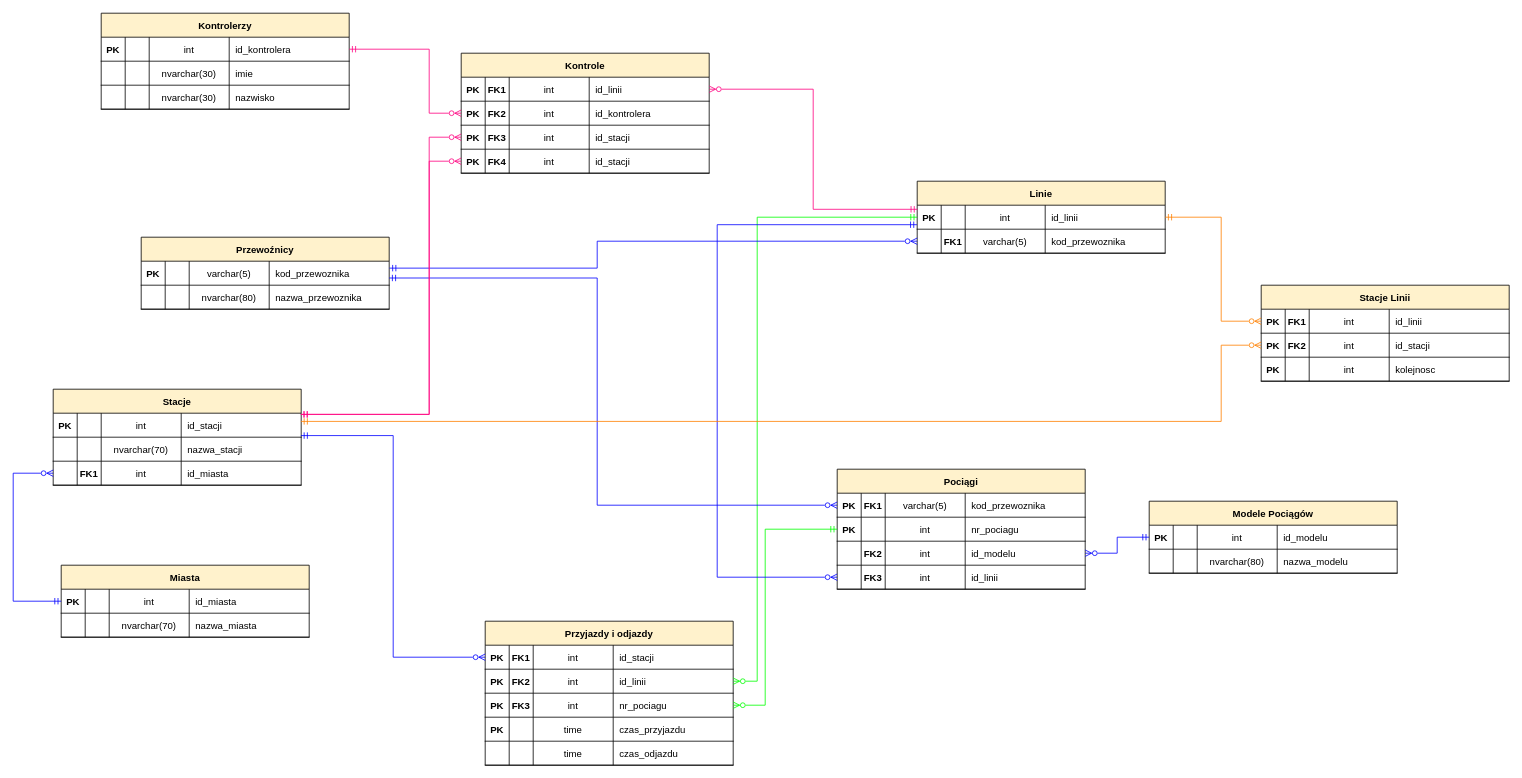
This is diagram.drawio from AbexCorp/TSQL, a draw.io file, before an edit. Source tidied: cells renumbered, new cells numbered last; positions are measured from the earlier drawing's top-left corner, leaving out a move shared by most shapes. Both pictures are drawn from the tidied source at 80%, with x=0, y=0 at pixel (13, -7).
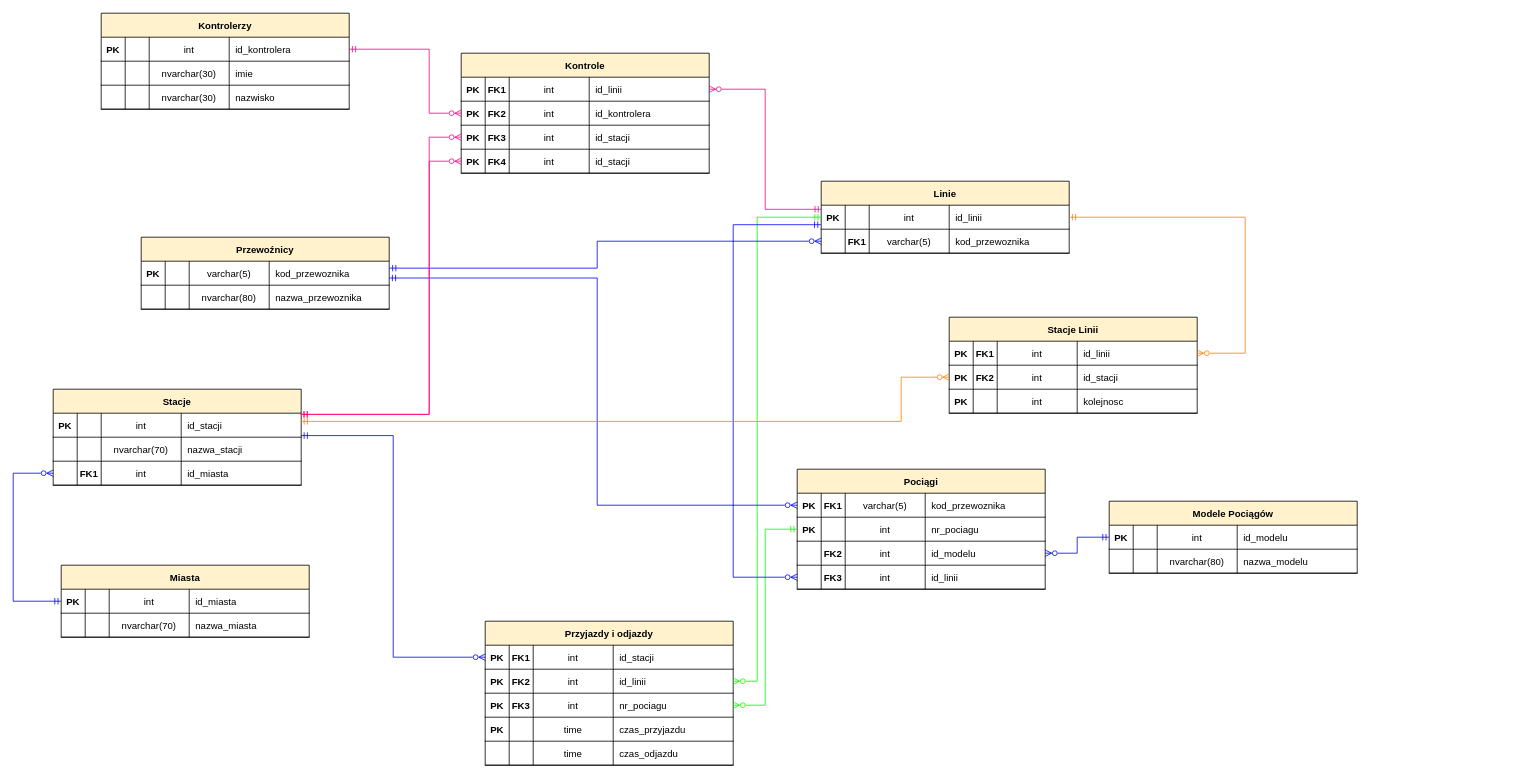
The same page after the edit.

Unchanged cells that the change refers to:
```xml
<mxCell id="3" style="shape=tableRow;horizontal=0;startSize=0;swimlaneHead=0;swimlaneBody=0;fillColor=none;points=[[0,0.5],[1,0.5]];portConstraint=eastwest;top=0;left=0;right=0;bottom=1;" parent="2" vertex="1">
  <mxGeometry y="30" width="310" height="30" as="geometry" />
</mxCell>
<mxCell id="19" style="shape=tableRow;horizontal=0;startSize=0;swimlaneHead=0;swimlaneBody=0;fillColor=none;points=[[0,0.5],[1,0.5]];portConstraint=eastwest;top=0;left=0;right=0;bottom=1;" parent="18" vertex="1">
  <mxGeometry y="30" width="310" height="30" as="geometry" />
</mxCell>
<mxCell id="105" style="shape=tableRow;horizontal=0;startSize=0;swimlaneHead=0;swimlaneBody=0;fillColor=none;points=[[0,0.5],[1,0.5]];portConstraint=eastwest;top=0;left=0;right=0;bottom=1;" parent="89" vertex="1">
  <mxGeometry y="120" width="310" height="30" as="geometry" />
</mxCell>
<mxCell id="157" style="shape=tableRow;horizontal=0;startSize=0;swimlaneHead=0;swimlaneBody=0;fillColor=none;points=[[0,0.5],[1,0.5]];portConstraint=eastwest;top=0;left=0;right=0;bottom=1;" parent="156" vertex="1">
  <mxGeometry y="30" width="310" height="30" as="geometry" />
</mxCell>
<mxCell id="162" style="shape=tableRow;horizontal=0;startSize=0;swimlaneHead=0;swimlaneBody=0;fillColor=none;points=[[0,0.5],[1,0.5]];portConstraint=eastwest;top=0;left=0;right=0;bottom=1;" parent="156" vertex="1">
  <mxGeometry y="60" width="310" height="30" as="geometry" />
</mxCell>
```

Change to the diagram source:
```diff
@@
     <mxCell id="18" value="Linie" style="shape=table;startSize=30;childLayout=tableLayout;rowLines=0;fontStyle=1;align=center;fillColor=#FFF2CC;columnLines=1;" parent="1" vertex="1">
-      <mxGeometry x="1130" y="235" width="310" height="90" as="geometry" />
+      <mxGeometry x="1010" y="235" width="310" height="90" as="geometry" />
     </mxCell>
@@
     <mxCell id="40" value="Modele Pociągów" style="shape=table;startSize=30;childLayout=tableLayout;rowLines=0;fontStyle=1;align=center;fillColor=#FFF2CC;" parent="1" vertex="1">
-      <mxGeometry x="1420" y="635" width="310" height="90" as="geometry" />
+      <mxGeometry x="1370" y="635" width="310" height="90" as="geometry" />
     </mxCell>
@@
     <mxCell id="89" value="Pociągi" style="shape=table;startSize=30;childLayout=tableLayout;rowLines=0;fontStyle=1;align=center;fillColor=#FFF2CC;" parent="1" vertex="1">
-      <mxGeometry x="1030" y="595" width="310" height="150" as="geometry" />
+      <mxGeometry x="980" y="595" width="310" height="150" as="geometry" />
     </mxCell>
@@
     <mxCell id="155" style="fontSize=12;html=1;endArrow=ERmandOne;startArrow=ERzeroToMany;rounded=0;edgeStyle=elbowEdgeStyle;endFill=0;strokeColor=#0000FF;fillColor=#fff2cc;entryX=-0.001;entryY=0.812;entryDx=0;entryDy=0;entryPerimeter=0;startFill=0;exitX=0;exitY=0.5;exitDx=0;exitDy=0;" parent="1" edge="1" source="105" target="19">
       <mxGeometry relative="1" as="geometry">
         <Array as="points">
+          <mxPoint x="900" y="415" />
           <mxPoint x="880" y="495" />
         </Array>
       </mxGeometry>
     </mxCell>
     <mxCell id="156" value="Stacje Linii" style="shape=table;startSize=30;childLayout=tableLayout;rowLines=0;fontStyle=1;align=center;fillColor=#FFF2CC;columnLines=1;" parent="1" vertex="1">
-      <mxGeometry x="1560" y="365" width="310" height="120" as="geometry" />
+      <mxGeometry x="1170" y="405" width="310" height="120" as="geometry" />
     </mxCell>
@@
-    <mxCell id="172" style="fontSize=12;html=1;endArrow=ERzeroToMany;startArrow=ERmandOne;rounded=0;entryX=0;entryY=0.5;entryDx=0;entryDy=0;edgeStyle=elbowEdgeStyle;exitX=1;exitY=0.5;exitDx=0;exitDy=0;endFill=0;strokeColor=#FF8000;fillColor=#fff2cc;" parent="1" edge="1" source="19" target="157">
+    <mxCell id="172" style="fontSize=12;html=1;endArrow=ERzeroToMany;startArrow=ERmandOne;rounded=0;entryX=1;entryY=0.5;entryDx=0;entryDy=0;edgeStyle=elbowEdgeStyle;exitX=1;exitY=0.5;exitDx=0;exitDy=0;endFill=0;strokeColor=#FF8000;fillColor=#fff2cc;" parent="1" edge="1" source="19" target="157">
       <mxGeometry relative="1" as="geometry">
         <Array as="points">
-          <mxPoint x="1510" y="305" />
-          <mxPoint x="1309.7" />
+          <mxPoint x="1540" y="375" />
+          <mxPoint x="1189.7" />
         </Array>
       </mxGeometry>
     </mxCell>
     <mxCell id="173" style="fontSize=12;html=1;endArrow=ERzeroToMany;startArrow=ERmandOne;rounded=0;entryX=0;entryY=0.5;entryDx=0;entryDy=0;edgeStyle=elbowEdgeStyle;endFill=0;strokeColor=#FF8000;fillColor=#fff2cc;exitX=0.999;exitY=0.342;exitDx=0;exitDy=0;exitPerimeter=0;" parent="1" edge="1" source="3" target="162">
       <mxGeometry x="0.33" y="-59" relative="1" as="geometry">
         <Array as="points">
+          <mxPoint x="1110" y="515" />
+          <mxPoint x="1390" y="505" />
           <mxPoint x="1510" y="425" />
           <mxPoint x="1450" y="465" />
           <mxPoint x="1509.7" y="195" />
         </Array>
         <mxPoint x="-20" y="-4" as="offset" />
       </mxGeometry>
     </mxCell>
```
